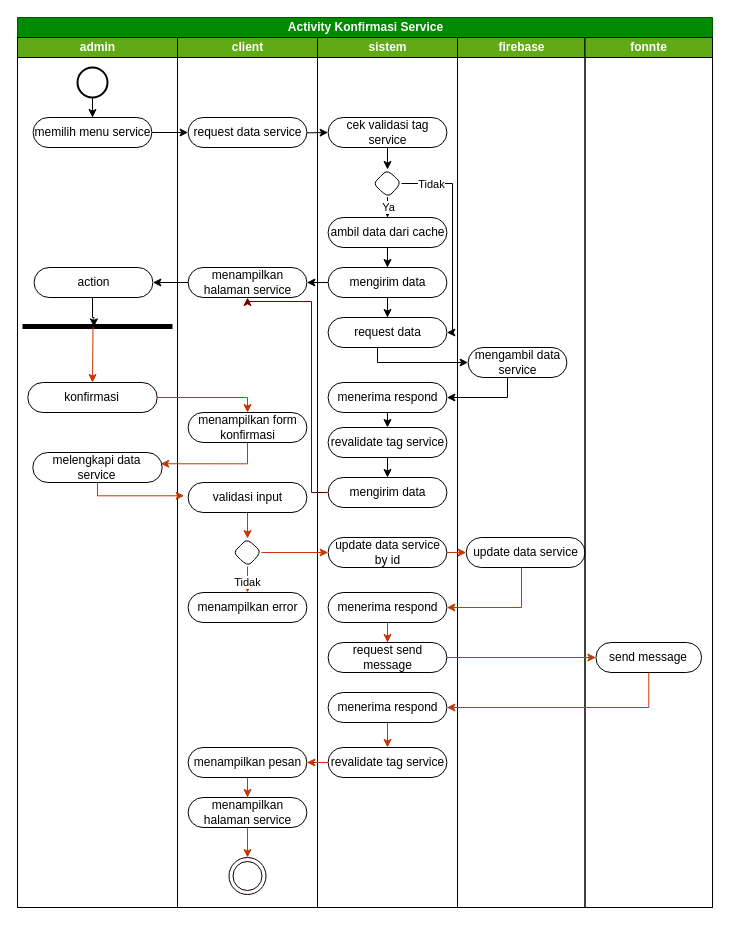
ThikerXCX/umltoko keeps this draw.io diagram as page "activity confirmasi service" (34 of 44) of skrpsian.drawio. Above is the earlier version. Source tidied: cells renumbered, new cells numbered last; positions are measured from the earlier drawing's top-left corner, leaving out a move shared by most shapes. Both pictures are drawn from the tidied source at 100%, with x=0, y=0 at pixel (17, 17).
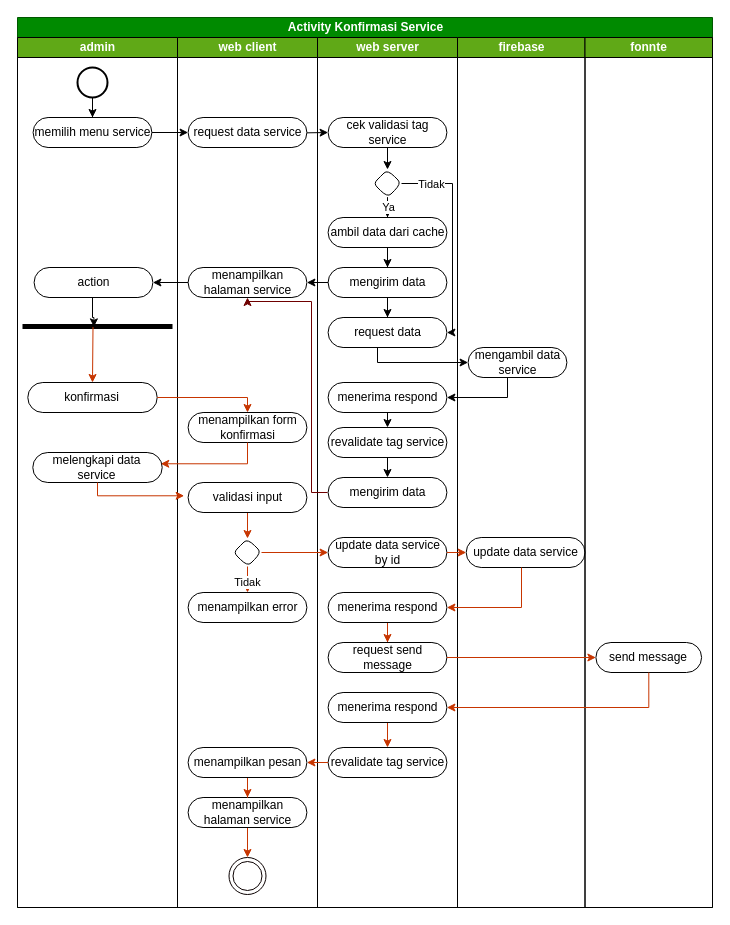
The same diagram, later.

Unchanged cells that the change refers to:
```xml
<mxCell id="2" value="Activity Konfirmasi Service" style="swimlane;startSize=20;html=1;fillColor=#008a00;fontColor=#ffffff;strokeColor=#005700;" parent="1" vertex="1">
  <mxGeometry width="695" height="890" as="geometry" />
</mxCell>
```

The edit, as a diff of the source:
```diff
@@
-    <mxCell id="13" value="client" style="swimlane;startSize=20;html=1;fillColor=#60a917;fontColor=#ffffff;strokeColor=#000000;" parent="2" vertex="1">
+    <mxCell id="13" value="web client" style="swimlane;startSize=20;html=1;fillColor=#60a917;fontColor=#ffffff;strokeColor=#000000;" parent="2" vertex="1">
       <mxGeometry x="160" y="20" width="140" height="870" as="geometry" />
     </mxCell>
@@
-    <mxCell id="28" value="sistem" style="swimlane;startSize=20;html=1;fillColor=#60a917;fontColor=#ffffff;strokeColor=#000000;" parent="2" vertex="1">
+    <mxCell id="28" value="web server" style="swimlane;startSize=20;html=1;fillColor=#60a917;fontColor=#ffffff;strokeColor=#000000;" parent="2" vertex="1">
       <mxGeometry x="300" y="20" width="140" height="870" as="geometry" />
     </mxCell>
```
